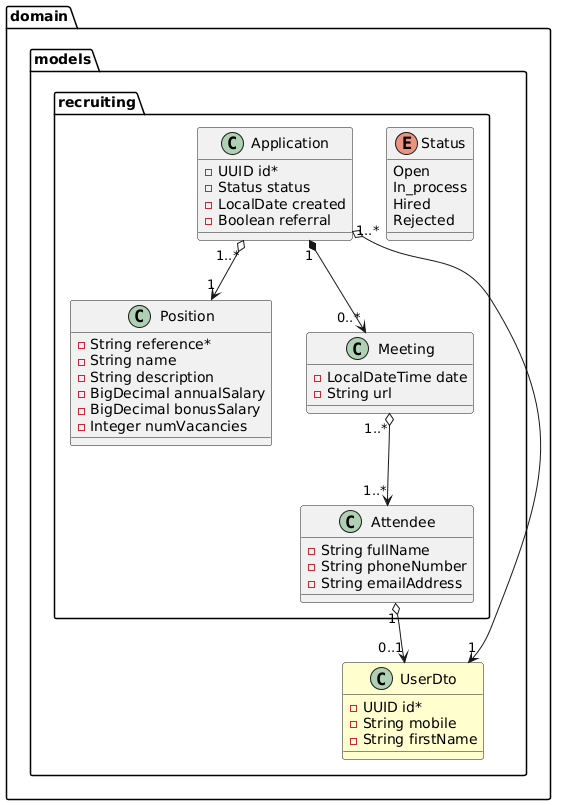
Before: docs/recruiting.png, a diagram exported from PlantUML (miw-upm/apaw-practice).
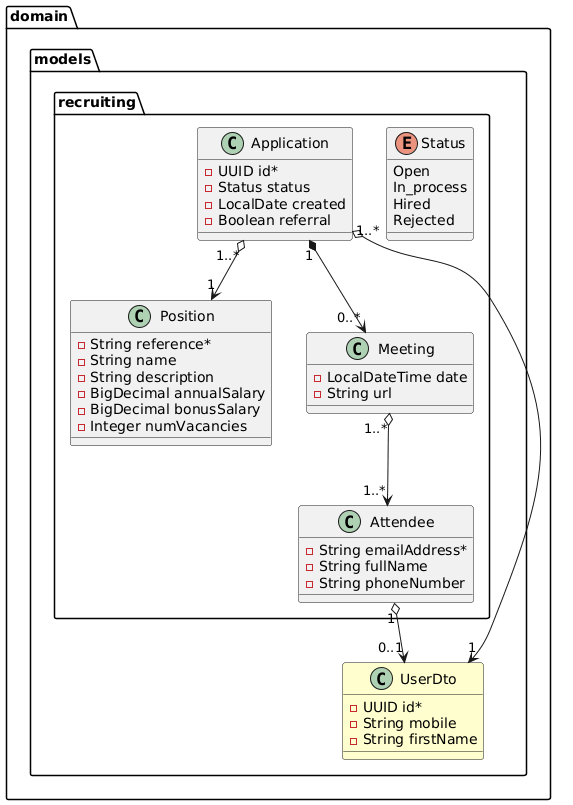
The same diagram one commit later.

Commit message:
added read attendee recruiting #1202

Diff of the diagram source:
```diff
@@ -9,7 +9,7 @@
         -Boolean referral
       }
       class Position {
-	-String reference*
+	    -String reference*
         -String name
         -String description
         -BigDecimal annualSalary
@@ -21,9 +21,9 @@
         -String url
       }
       class Attendee {
+        -String emailAddress*
         -String fullName
         -String phoneNumber
-        -String emailAddress
       }
       enum Status {
         Open
```
